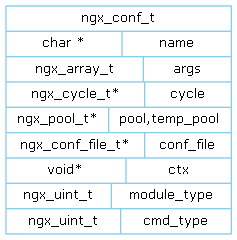
The Graphviz diagram doc/Graph/module_configure/ngx_context.png in lingjf/nginx_analyse, before a commit. Its source is kept beside it as doc/Graph/module_configure/ngx_context.gv.
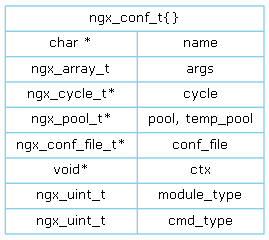
The same diagram one commit later.

Diff of the diagram source:
```diff
@@ -4,6 +4,6 @@
    node [shape=record, color=skyblue, fontname="Verdana", fontsize=10];
    edge [color=white, fontname="Verdana", fontsize=10];
 
-   ngx_conf_t [label="ngx_conf_t|{char *|name}|{ngx_array_t|args}|{ngx_cycle_t*|cycle}|{ngx_pool_t*|pool,temp_pool}|{ngx_conf_file_t*|conf_file}|{void*|ctx}|{ngx_uint_t|module_type}|{ngx_uint_t|cmd_type}"];
 
+   ngx_conf_t [label="ngx_conf_t\{\}|{{char *|ngx_array_t|ngx_cycle_t*|ngx_pool_t*|ngx_conf_file_t*|void*|ngx_uint_t|ngx_uint_t}|{name|args|cycle|pool, temp_pool|conf_file|ctx|module_type|cmd_type}}"];
 }
```
